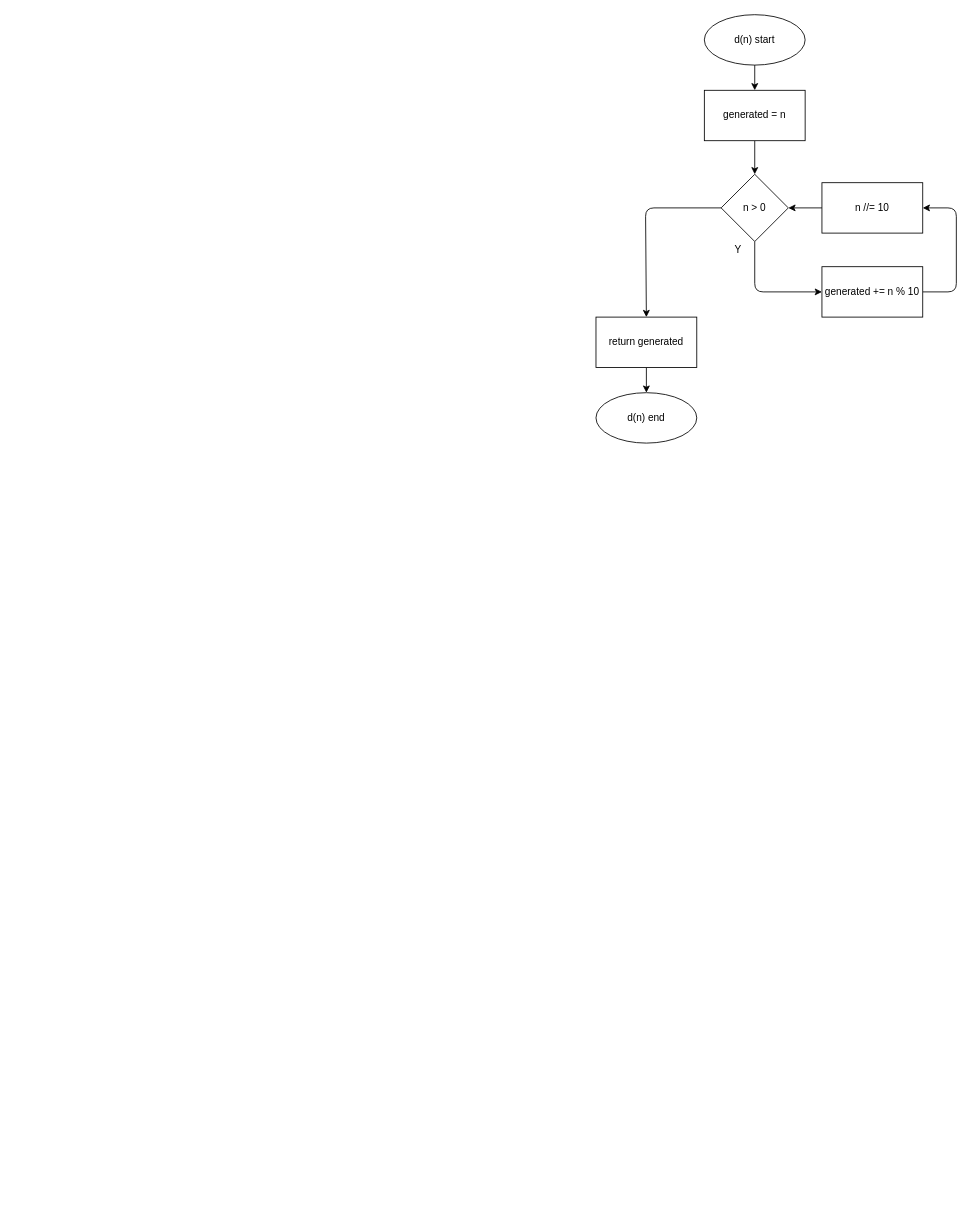
Gyeongrok-Oh/boj keeps this draw.io diagram as stage/05_function/4673.drawio. Above is the earlier version. Source tidied: cells renumbered, new cells numbered last; positions are measured from the earlier drawing's top-left corner, leaving out a move shared by most shapes. Both pictures are drawn from the tidied source at 84%, with x=0, y=0 at pixel (596, 14).
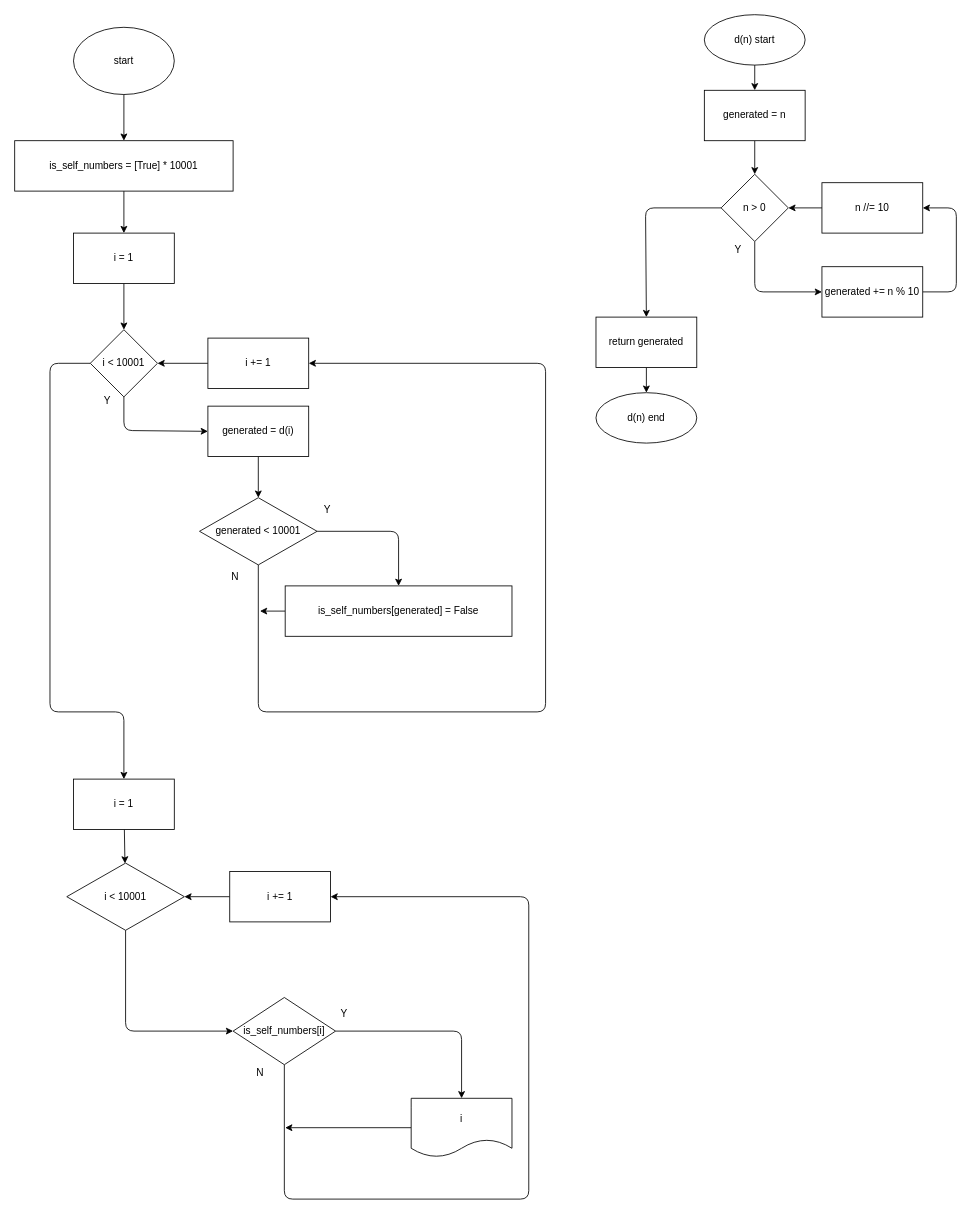
The same page after the edit.

The edit, as a diff of the source:
```diff
@@
+    <mxCell id="17" style="edgeStyle=none;html=1;" parent="1" edge="1" source="18" target="42">
+      <mxGeometry relative="1" as="geometry" />
+    </mxCell>
+    <mxCell id="18" value="start" style="ellipse;whiteSpace=wrap;html=1;" parent="1" vertex="1">
+      <mxGeometry x="-622" y="15" width="120" height="80" as="geometry" />
+    </mxCell>
+    <mxCell id="19" style="edgeStyle=none;html=1;entryX=0;entryY=0.5;entryDx=0;entryDy=0;" parent="1" edge="1" source="21" target="24">
+      <mxGeometry relative="1" as="geometry">
+        <Array as="points">
+          <mxPoint x="-562" y="495" />
+        </Array>
+      </mxGeometry>
+    </mxCell>
+    <mxCell id="20" style="edgeStyle=none;html=1;entryX=0.5;entryY=0;entryDx=0;entryDy=0;" parent="1" edge="1" source="21" target="26">
+      <mxGeometry relative="1" as="geometry">
+        <Array as="points">
+          <mxPoint x="-650" y="415" />
+          <mxPoint x="-650" y="830" />
+          <mxPoint x="-562" y="830" />
+        </Array>
+      </mxGeometry>
+    </mxCell>
+    <mxCell id="21" value="i &amp;lt; 10001" style="rhombus;whiteSpace=wrap;html=1;" parent="1" vertex="1">
+      <mxGeometry x="-602" y="375" width="80" height="80" as="geometry" />
+    </mxCell>
+    <mxCell id="22" style="edgeStyle=none;html=1;entryX=1;entryY=0.5;entryDx=0;entryDy=0;exitX=0.5;exitY=1;exitDx=0;exitDy=0;" parent="1" edge="1" source="48" target="40">
+      <mxGeometry relative="1" as="geometry">
+        <Array as="points">
+          <mxPoint x="-402" y="830" />
+          <mxPoint x="-60" y="830" />
+          <mxPoint x="-60" y="415" />
+        </Array>
+      </mxGeometry>
+    </mxCell>
+    <mxCell id="23" style="edgeStyle=none;html=1;" parent="1" edge="1" source="24" target="48">
+      <mxGeometry relative="1" as="geometry" />
+    </mxCell>
+    <mxCell id="24" value="generated = d(i)" style="rounded=0;whiteSpace=wrap;html=1;" parent="1" vertex="1">
+      <mxGeometry x="-462" y="466" width="120" height="60" as="geometry" />
+    </mxCell>
+    <mxCell id="25" style="edgeStyle=none;html=1;" parent="1" edge="1" source="26" target="29">
+      <mxGeometry relative="1" as="geometry" />
+    </mxCell>
+    <mxCell id="26" value="i = 1" style="whiteSpace=wrap;html=1;rounded=0;" parent="1" vertex="1">
+      <mxGeometry x="-622" y="910" width="120" height="60" as="geometry" />
+    </mxCell>
+    <mxCell id="27" value="Y" style="text;html=1;align=center;verticalAlign=middle;strokeColor=none;fillColor=none;" parent="1" vertex="1">
+      <mxGeometry x="-592" y="450" width="20" height="20" as="geometry" />
+    </mxCell>
+    <mxCell id="28" style="edgeStyle=none;html=1;entryX=0;entryY=0.5;entryDx=0;entryDy=0;" parent="1" edge="1" source="29" target="34">
+      <mxGeometry relative="1" as="geometry">
+        <Array as="points">
+          <mxPoint x="-560" y="1210" />
+        </Array>
+      </mxGeometry>
+    </mxCell>
+    <mxCell id="29" value="i &amp;lt; 10001" style="rhombus;whiteSpace=wrap;html=1;rounded=0;" parent="1" vertex="1">
+      <mxGeometry x="-630" y="1010" width="140" height="80" as="geometry" />
+    </mxCell>
+    <mxCell id="30" style="edgeStyle=none;html=1;" parent="1" edge="1" source="31" target="29">
+      <mxGeometry relative="1" as="geometry" />
+    </mxCell>
+    <mxCell id="31" value="i += 1" style="whiteSpace=wrap;html=1;rounded=0;" parent="1" vertex="1">
+      <mxGeometry x="-436" y="1020" width="120" height="60" as="geometry" />
+    </mxCell>
+    <mxCell id="32" style="edgeStyle=none;html=1;entryX=0.5;entryY=0;entryDx=0;entryDy=0;" parent="1" edge="1" source="34" target="36">
+      <mxGeometry relative="1" as="geometry">
+        <Array as="points">
+          <mxPoint x="-160" y="1210" />
+        </Array>
+      </mxGeometry>
+    </mxCell>
+    <mxCell id="33" style="edgeStyle=none;html=1;entryX=1;entryY=0.5;entryDx=0;entryDy=0;" parent="1" edge="1" source="34" target="31">
+      <mxGeometry relative="1" as="geometry">
+        <Array as="points">
+          <mxPoint x="-371" y="1410" />
+          <mxPoint x="-80" y="1410" />
+          <mxPoint x="-80" y="1050" />
+        </Array>
+      </mxGeometry>
+    </mxCell>
+    <mxCell id="34" value="is_self_numbers[i]" style="rhombus;whiteSpace=wrap;html=1;" parent="1" vertex="1">
+      <mxGeometry x="-432" y="1170" width="122" height="80" as="geometry" />
+    </mxCell>
+    <mxCell id="35" style="edgeStyle=none;html=1;" parent="1" edge="1" source="36">
+      <mxGeometry relative="1" as="geometry">
+        <mxPoint x="-370" y="1325" as="targetPoint" />
+      </mxGeometry>
+    </mxCell>
+    <mxCell id="36" value="i" style="shape=document;whiteSpace=wrap;html=1;boundedLbl=1;" parent="1" vertex="1">
+      <mxGeometry x="-220" y="1290" width="120" height="70" as="geometry" />
+    </mxCell>
+    <mxCell id="37" value="Y" style="text;html=1;align=center;verticalAlign=middle;strokeColor=none;fillColor=none;" parent="1" vertex="1">
+      <mxGeometry x="-310" y="1180" width="20" height="20" as="geometry" />
+    </mxCell>
+    <mxCell id="38" value="N" style="text;html=1;align=center;verticalAlign=middle;strokeColor=none;fillColor=none;" parent="1" vertex="1">
+      <mxGeometry x="-410" y="1250" width="20" height="20" as="geometry" />
+    </mxCell>
+    <mxCell id="39" style="edgeStyle=none;html=1;entryX=1;entryY=0.5;entryDx=0;entryDy=0;" parent="1" edge="1" source="40" target="21">
+      <mxGeometry relative="1" as="geometry" />
+    </mxCell>
+    <mxCell id="40" value="i += 1" style="rounded=0;whiteSpace=wrap;html=1;" parent="1" vertex="1">
+      <mxGeometry x="-462" y="385" width="120" height="60" as="geometry" />
+    </mxCell>
+    <mxCell id="41" style="edgeStyle=none;html=1;" parent="1" edge="1" source="42" target="44">
+      <mxGeometry relative="1" as="geometry" />
+    </mxCell>
+    <mxCell id="42" value="is_self_numbers = [True] * 10001" style="whiteSpace=wrap;html=1;" parent="1" vertex="1">
+      <mxGeometry x="-692" y="150" width="260" height="60" as="geometry" />
+    </mxCell>
+    <mxCell id="43" style="edgeStyle=none;html=1;" parent="1" edge="1" source="44" target="21">
+      <mxGeometry relative="1" as="geometry" />
+    </mxCell>
+    <mxCell id="44" value="i = 1" style="whiteSpace=wrap;html=1;" parent="1" vertex="1">
+      <mxGeometry x="-622" y="260" width="120" height="60" as="geometry" />
+    </mxCell>
+    <mxCell id="45" style="edgeStyle=none;html=1;" parent="1" edge="1" source="46">
+      <mxGeometry relative="1" as="geometry">
+        <mxPoint x="-400" y="710" as="targetPoint" />
+      </mxGeometry>
+    </mxCell>
+    <mxCell id="46" value="is_self_numbers[generated] = False" style="whiteSpace=wrap;html=1;" parent="1" vertex="1">
+      <mxGeometry x="-370" y="680" width="270" height="60" as="geometry" />
+    </mxCell>
+    <mxCell id="47" style="edgeStyle=none;html=1;entryX=0.5;entryY=0;entryDx=0;entryDy=0;" parent="1" edge="1" source="48" target="46">
+      <mxGeometry relative="1" as="geometry">
+        <Array as="points">
+          <mxPoint x="-235" y="615" />
+        </Array>
+      </mxGeometry>
+    </mxCell>
+    <mxCell id="48" value="generated &amp;lt; 10001" style="rhombus;whiteSpace=wrap;html=1;rounded=0;" parent="1" vertex="1">
+      <mxGeometry x="-472" y="575" width="140" height="80" as="geometry" />
+    </mxCell>
+    <mxCell id="49" value="Y" style="text;html=1;align=center;verticalAlign=middle;strokeColor=none;fillColor=none;" parent="1" vertex="1">
+      <mxGeometry x="-330" y="580" width="20" height="20" as="geometry" />
+    </mxCell>
+    <mxCell id="50" value="N" style="text;html=1;align=center;verticalAlign=middle;strokeColor=none;fillColor=none;" parent="1" vertex="1">
+      <mxGeometry x="-440" y="660" width="20" height="20" as="geometry" />
+    </mxCell>
```
